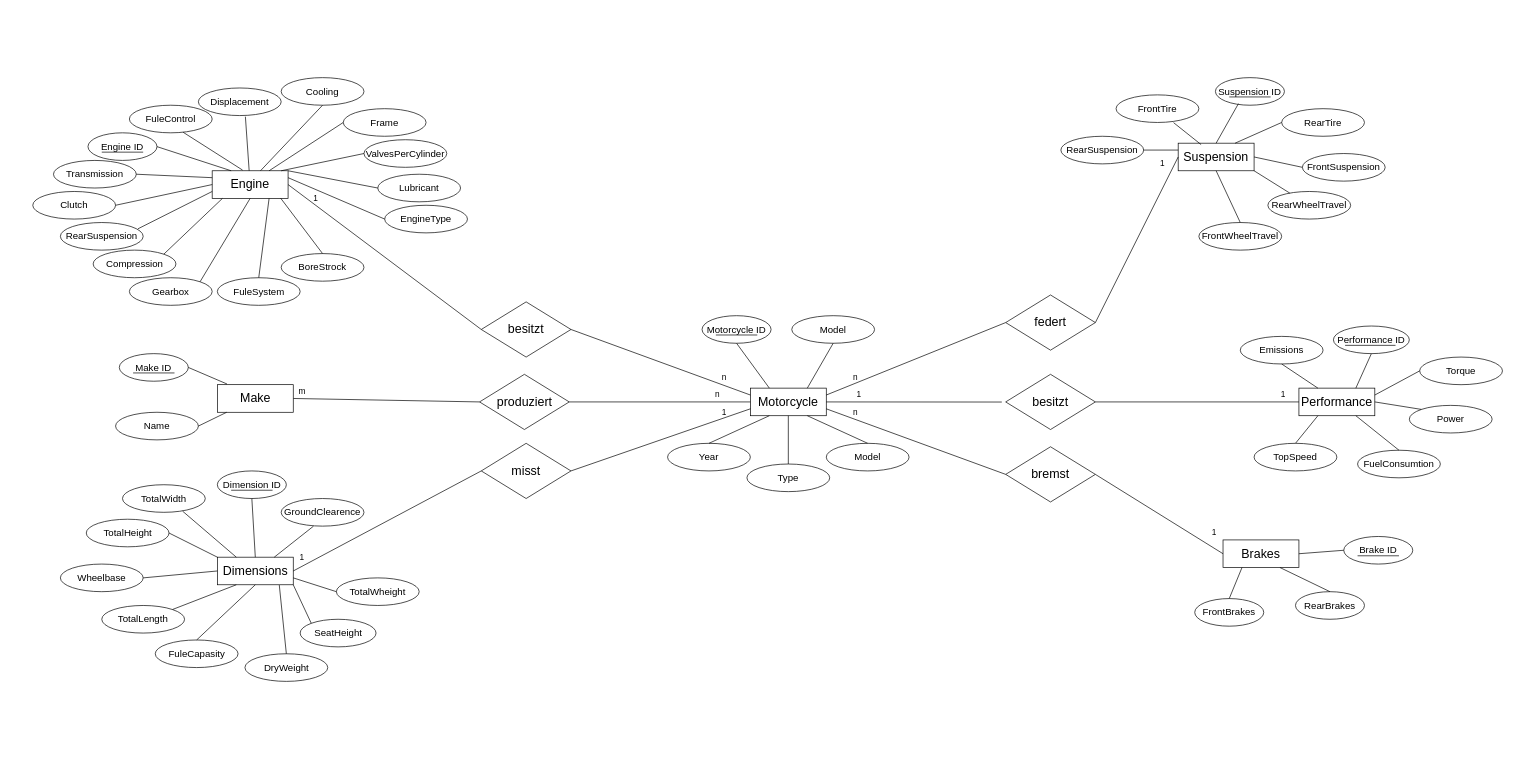
Merlin9898989/BikesAndMusgles keeps this draw.io diagram as ER-Model-Motorcycle.drawio. Above is the earlier version. Source tidied: cells renumbered, new cells numbered last; positions are measured from the earlier drawing's top-left corner, leaving out a move shared by most shapes. Both pictures are drawn from the tidied source at 69%, with x=0, y=0 at pixel (32, 77).
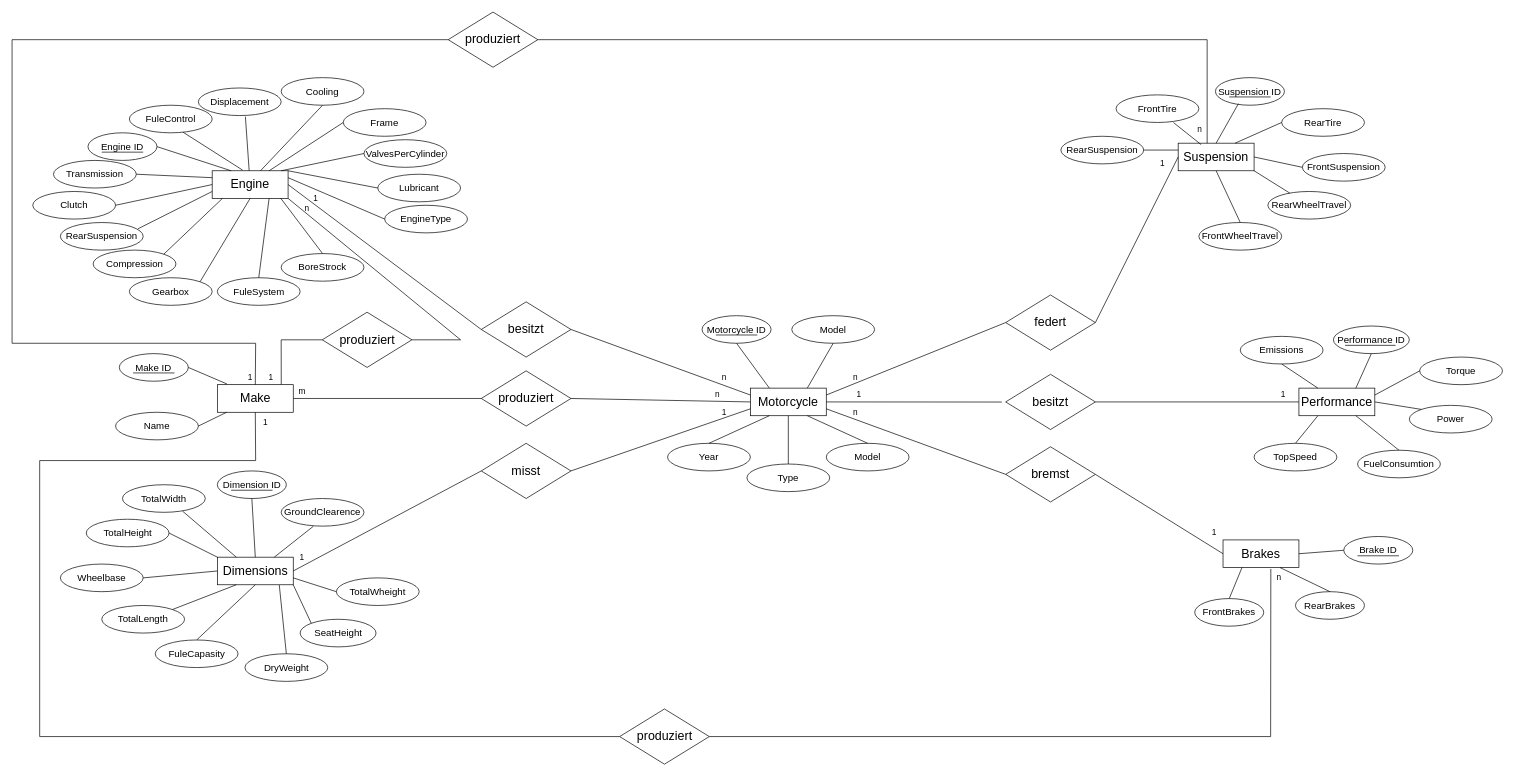
Above is the later version.

Unchanged cells that the change refers to:
```xml
<mxCell id="2" value="&lt;font style=&quot;font-size: 18px;&quot;&gt;Brakes&lt;/font&gt;" style="rounded=0;whiteSpace=wrap;html=1;" parent="1" vertex="1">
  <mxGeometry x="1725" y="670" width="110" height="40" as="geometry" />
</mxCell>
<mxCell id="3" value="&lt;font style=&quot;font-size: 18px;&quot;&gt;Engine&lt;/font&gt;" style="rounded=0;whiteSpace=wrap;html=1;" parent="1" vertex="1">
  <mxGeometry x="260" y="135" width="110" height="40" as="geometry" />
</mxCell>
<mxCell id="4" value="&lt;font style=&quot;font-size: 18px;&quot;&gt;Suspension&lt;/font&gt;" style="rounded=0;whiteSpace=wrap;html=1;" parent="1" vertex="1">
  <mxGeometry x="1660" y="95" width="110" height="40" as="geometry" />
</mxCell>
<mxCell id="134" value="&lt;font style=&quot;font-size: 18px;&quot;&gt;Make&lt;/font&gt;" style="rounded=0;whiteSpace=wrap;html=1;" parent="1" vertex="1">
  <mxGeometry x="267.5" y="445" width="110" height="40" as="geometry" />
</mxCell>
```

Diff of the diagram source:
```diff
@@
     <mxCell id="131" value="&lt;font style=&quot;font-size: 18px;&quot;&gt;produziert&lt;/font&gt;" style="rhombus;whiteSpace=wrap;html=1;" parent="1" vertex="1">
-      <mxGeometry x="647.5" y="430" width="130" height="80" as="geometry" />
+      <mxGeometry x="650" y="425" width="130" height="80" as="geometry" />
     </mxCell>
@@
+    <mxCell id="155" value="&lt;font style=&quot;font-size: 18px;&quot;&gt;produziert&lt;/font&gt;" style="rhombus;whiteSpace=wrap;html=1;" parent="1" vertex="1">
+      <mxGeometry x="419.5" y="340" width="130" height="80" as="geometry" />
+    </mxCell>
+    <mxCell id="156" style="endArrow=none;html=1;rounded=0;exitX=0;exitY=0.5;exitDx=0;exitDy=0;entryX=0.842;entryY=-0.008;entryDx=0;entryDy=0;entryPerimeter=0;" parent="1" edge="1" source="155" target="134">
+      <mxGeometry relative="1" as="geometry">
+        <Array as="points">
+          <mxPoint x="360" y="380" />
+        </Array>
+      </mxGeometry>
+    </mxCell>
+    <mxCell id="157" style="endArrow=none;html=1;rounded=0;exitX=1;exitY=0.5;exitDx=0;exitDy=0;entryX=1;entryY=1;entryDx=0;entryDy=0;" parent="1" edge="1" source="155" target="3">
+      <mxGeometry relative="1" as="geometry">
+        <Array as="points">
+          <mxPoint x="620" y="380" />
+        </Array>
+      </mxGeometry>
+    </mxCell>
+    <mxCell id="158" value="1" style="text;html=1;align=center;verticalAlign=middle;whiteSpace=wrap;rounded=0;" parent="1" vertex="1">
+      <mxGeometry x="322.5" y="425" width="45" height="20" as="geometry" />
+    </mxCell>
+    <mxCell id="159" value="n" style="text;html=1;align=center;verticalAlign=middle;whiteSpace=wrap;rounded=0;" parent="1" vertex="1">
+      <mxGeometry x="374.5" y="180" width="45" height="20" as="geometry" />
+    </mxCell>
+    <mxCell id="160" value="&lt;font style=&quot;font-size: 18px;&quot;&gt;produziert&lt;/font&gt;" style="rhombus;whiteSpace=wrap;html=1;" parent="1" vertex="1">
+      <mxGeometry x="850.5" y="915" width="130" height="80" as="geometry" />
+    </mxCell>
+    <mxCell id="161" style="endArrow=none;html=1;rounded=0;exitX=0;exitY=0.5;exitDx=0;exitDy=0;entryX=0.5;entryY=1;entryDx=0;entryDy=0;" parent="1" edge="1" source="160" target="134">
+      <mxGeometry relative="1" as="geometry">
+        <Array as="points">
+          <mxPoint x="10" y="955" />
+          <mxPoint x="10" y="555" />
+          <mxPoint x="323" y="555" />
+        </Array>
+      </mxGeometry>
+    </mxCell>
+    <mxCell id="162" style="endArrow=none;html=1;rounded=0;exitX=1;exitY=0.5;exitDx=0;exitDy=0;entryX=0.63;entryY=1.05;entryDx=0;entryDy=0;entryPerimeter=0;" parent="1" edge="1" source="160" target="2">
+      <mxGeometry relative="1" as="geometry">
+        <Array as="points">
+          <mxPoint x="1794" y="955" />
+        </Array>
+      </mxGeometry>
+    </mxCell>
+    <mxCell id="163" value="1" style="text;html=1;align=center;verticalAlign=middle;whiteSpace=wrap;rounded=0;" parent="1" vertex="1">
+      <mxGeometry x="315" y="490" width="45" height="20" as="geometry" />
+    </mxCell>
+    <mxCell id="164" value="n" style="text;html=1;align=center;verticalAlign=middle;whiteSpace=wrap;rounded=0;" parent="1" vertex="1">
+      <mxGeometry x="1784" y="715" width="45" height="20" as="geometry" />
+    </mxCell>
+    <mxCell id="165" value="&lt;font style=&quot;font-size: 18px;&quot;&gt;produziert&lt;/font&gt;" style="rhombus;whiteSpace=wrap;html=1;" parent="1" vertex="1">
+      <mxGeometry x="602" y="-95" width="130" height="80" as="geometry" />
+    </mxCell>
+    <mxCell id="166" style="endArrow=none;html=1;rounded=0;exitX=0;exitY=0.5;exitDx=0;exitDy=0;entryX=0.5;entryY=0;entryDx=0;entryDy=0;" parent="1" edge="1" source="165" target="134">
+      <mxGeometry relative="1" as="geometry">
+        <Array as="points">
+          <mxPoint x="-30" y="-55" />
+          <mxPoint x="-30" y="385" />
+          <mxPoint x="323" y="385" />
+        </Array>
+      </mxGeometry>
+    </mxCell>
+    <mxCell id="167" style="endArrow=none;html=1;rounded=0;exitX=1;exitY=0.5;exitDx=0;exitDy=0;entryX=0.382;entryY=0;entryDx=0;entryDy=0;entryPerimeter=0;" parent="1" edge="1" source="165" target="4">
+      <mxGeometry relative="1" as="geometry">
+        <Array as="points">
+          <mxPoint x="1702" y="-55" />
+        </Array>
+      </mxGeometry>
+    </mxCell>
+    <mxCell id="168" value="1" style="text;html=1;align=center;verticalAlign=middle;whiteSpace=wrap;rounded=0;" parent="1" vertex="1">
+      <mxGeometry x="292.5" y="425" width="45" height="20" as="geometry" />
+    </mxCell>
+    <mxCell id="169" value="n" style="text;html=1;align=center;verticalAlign=middle;whiteSpace=wrap;rounded=0;" parent="1" vertex="1">
+      <mxGeometry x="1669" y="65" width="45" height="20" as="geometry" />
+    </mxCell>
```
